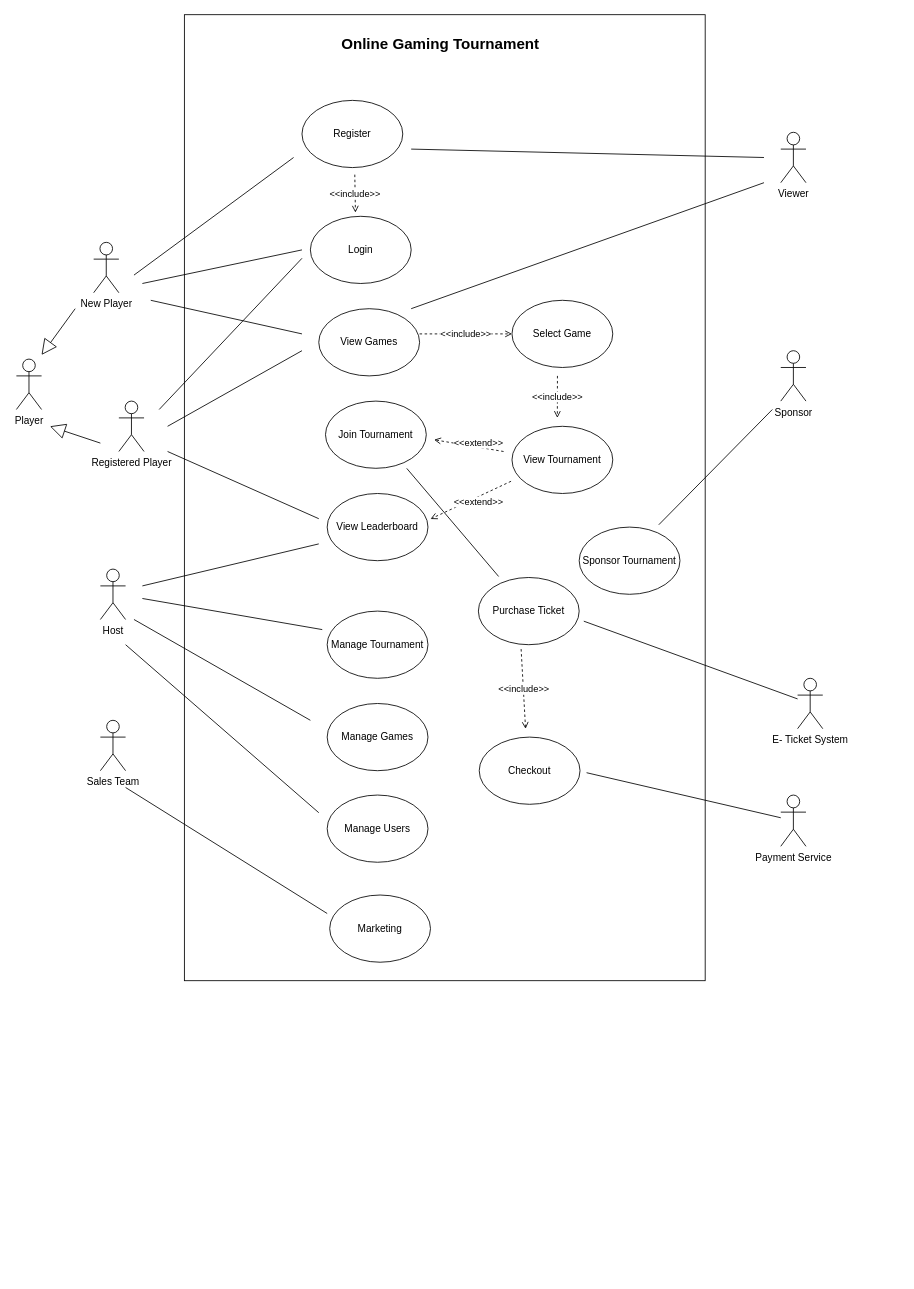
This is GD_CW1.drawio from Tanvi-Ambre/Python, a draw.io file, before an edit. Source tidied: cells renumbered, new cells numbered last; positions are measured from the earlier drawing's top-left corner, leaving out a move shared by most shapes. Both pictures are drawn from the tidied source at 84%, with x=0, y=0 at pixel (16, 14).
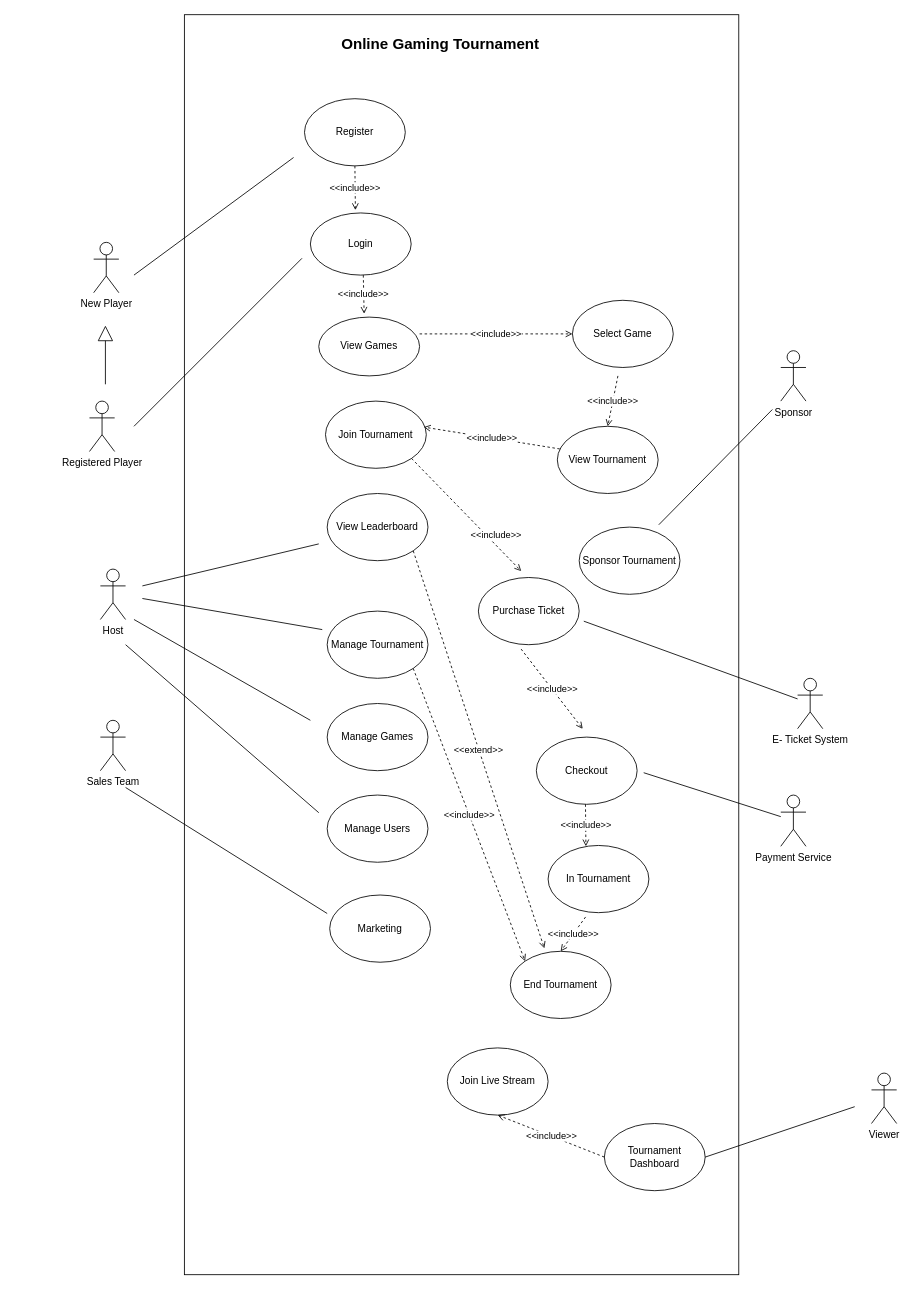
The same page after the edit.

The change refers to these unchanged cells:
```xml
<mxCell id="10" value="Manage Tournament" style="ellipse;whiteSpace=wrap;html=1;strokeWidth=1;" parent="1" vertex="1">
  <mxGeometry x="370" y="710" width="120" height="80" as="geometry" />
</mxCell>
<mxCell id="14" value="View Leaderboard" style="ellipse;whiteSpace=wrap;html=1;strokeWidth=1;" parent="1" vertex="1">
  <mxGeometry x="370" y="570" width="120" height="80" as="geometry" />
</mxCell>
<mxCell id="31" value="Join Tournament" style="ellipse;whiteSpace=wrap;html=1;strokeWidth=1;" parent="1" vertex="1">
  <mxGeometry x="368" y="460" width="120" height="80" as="geometry" />
</mxCell>
<mxCell id="45" value="Purchase Ticket" style="ellipse;whiteSpace=wrap;html=1;strokeWidth=1;" parent="1" vertex="1">
  <mxGeometry x="550" y="670" width="120" height="80" as="geometry" />
</mxCell>
```

Diff of the diagram source:
```diff
@@
     <mxCell id="2" style="rounded=0;whiteSpace=wrap;html=1;" parent="1" vertex="1">
-      <mxGeometry x="200" width="620" height="1150" as="geometry" />
+      <mxGeometry x="200" width="660" height="1500" as="geometry" />
     </mxCell>
-    <mxCell id="3" value="Player" style="shape=umlActor;verticalLabelPosition=bottom;verticalAlign=top;html=1;" parent="1" vertex="1">
-      <mxGeometry y="410" width="30" height="60" as="geometry" />
-    </mxCell>
@@
     <mxCell id="6" value="Register" style="ellipse;whiteSpace=wrap;html=1;strokeWidth=1;" parent="1" vertex="1">
-      <mxGeometry x="340" y="102" width="120" height="80" as="geometry" />
+      <mxGeometry x="343" y="100" width="120" height="80" as="geometry" />
     </mxCell>
     <mxCell id="7" value="Login" style="ellipse;whiteSpace=wrap;html=1;strokeWidth=1;" parent="1" vertex="1">
-      <mxGeometry x="350" y="240" width="120" height="80" as="geometry" />
+      <mxGeometry x="350" y="236" width="120" height="74" as="geometry" />
     </mxCell>
     <mxCell id="8" value="View Games" style="ellipse;whiteSpace=wrap;html=1;strokeWidth=1;" parent="1" vertex="1">
-      <mxGeometry x="360" y="350" width="120" height="80" as="geometry" />
+      <mxGeometry x="360" y="360" width="120" height="70" as="geometry" />
     </mxCell>
     <mxCell id="9" value="View Tournament" style="ellipse;whiteSpace=wrap;html=1;strokeWidth=1;" parent="1" vertex="1">
-      <mxGeometry x="590" y="490" width="120" height="80" as="geometry" />
+      <mxGeometry x="644" y="490" width="120" height="80" as="geometry" />
     </mxCell>
@@
     <mxCell id="15" value="Viewer" style="shape=umlActor;verticalLabelPosition=bottom;verticalAlign=top;html=1;" parent="1" vertex="1">
-      <mxGeometry x="910" y="140" width="30" height="60" as="geometry" />
+      <mxGeometry x="1018" y="1260" width="30" height="60" as="geometry" />
     </mxCell>
     <mxCell id="16" value="Registered Player" style="shape=umlActor;verticalLabelPosition=bottom;verticalAlign=top;html=1;" parent="1" vertex="1">
-      <mxGeometry x="122" y="460" width="30" height="60" as="geometry" />
+      <mxGeometry x="87" y="460" width="30" height="60" as="geometry" />
     </mxCell>
-    <mxCell id="17" style="endArrow=block;endSize=16;endFill=0;html=1;rounded=0;" parent="1" edge="1">
-      <mxGeometry relative="1" as="geometry">
-        <mxPoint x="70" y="350" as="sourcePoint" />
-        <mxPoint x="30" y="405" as="targetPoint" />
-      </mxGeometry>
-    </mxCell>
     <mxCell id="18" style="endArrow=block;endSize=16;endFill=0;html=1;rounded=0;" parent="1" edge="1">
       <mxGeometry relative="1" as="geometry">
-        <mxPoint x="100" y="510" as="sourcePoint" />
-        <mxPoint x="40" y="490" as="targetPoint" />
+        <mxPoint x="106" y="440" as="sourcePoint" />
+        <mxPoint x="106" y="370" as="targetPoint" />
       </mxGeometry>
     </mxCell>
     <mxCell id="19" style="endArrow=none;html=1;rounded=0;" parent="1" edge="1">
       <mxGeometry relative="1" as="geometry">
-        <mxPoint x="170" y="470" as="sourcePoint" />
+        <mxPoint x="140" y="490" as="sourcePoint" />
         <mxPoint x="340" y="290" as="targetPoint" />
       </mxGeometry>
     </mxCell>
-    <mxCell id="20" style="endArrow=none;html=1;rounded=0;" parent="1" edge="1">
-      <mxGeometry relative="1" as="geometry">
-        <mxPoint x="180" y="490" as="sourcePoint" />
-        <mxPoint x="340" y="400" as="targetPoint" />
-      </mxGeometry>
-    </mxCell>
-    <mxCell id="21" style="endArrow=none;html=1;rounded=0;" parent="1" edge="1">
-      <mxGeometry relative="1" as="geometry">
-        <mxPoint x="180" y="520" as="sourcePoint" />
-        <mxPoint x="360" y="600" as="targetPoint" />
-      </mxGeometry>
-    </mxCell>
-    <mxCell id="22" style="endArrow=none;html=1;rounded=0;" parent="1" edge="1">
-      <mxGeometry relative="1" as="geometry">
-        <mxPoint x="470" y="350" as="sourcePoint" />
-        <mxPoint x="890" y="200" as="targetPoint" />
-      </mxGeometry>
-    </mxCell>
@@
     <mxCell id="24" value="Select Game" style="ellipse;whiteSpace=wrap;html=1;strokeWidth=1;" parent="1" vertex="1">
-      <mxGeometry x="590" y="340" width="120" height="80" as="geometry" />
+      <mxGeometry x="662" y="340" width="120" height="80" as="geometry" />
     </mxCell>
-    <mxCell id="25" value="&amp;lt;&amp;lt;include&amp;gt;&amp;gt;" style="endArrow=open;dashed=1;html=1;endFill=0;rounded=0;" parent="1" edge="1">
+    <mxCell id="25" value="&amp;lt;&amp;lt;include&amp;gt;&amp;gt;" style="endArrow=open;dashed=1;html=1;endFill=0;rounded=0;entryX=0;entryY=0.5;entryDx=0;entryDy=0;" parent="1" edge="1" target="24">
       <mxGeometry relative="1" as="geometry">
         <mxPoint x="480" y="380" as="sourcePoint" />
-        <mxPoint x="590" y="380" as="targetPoint" />
       </mxGeometry>
     </mxCell>
@@
-    <mxCell id="30" value="&amp;lt;&amp;lt;include&amp;gt;&amp;gt;" style="endArrow=open;dashed=1;html=1;endFill=0;rounded=0;exitX=0.451;exitY=1.125;exitDx=0;exitDy=0;exitPerimeter=0;" parent="1" edge="1" source="24">
-      <mxGeometry relative="1" as="geometry">
-        <mxPoint x="644" y="480" as="targetPoint" />
-      </mxGeometry>
+    <mxCell id="30" value="&amp;lt;&amp;lt;include&amp;gt;&amp;gt;" style="endArrow=open;dashed=1;html=1;endFill=0;rounded=0;exitX=0.451;exitY=1.125;exitDx=0;exitDy=0;exitPerimeter=0;entryX=0.5;entryY=0;entryDx=0;entryDy=0;" parent="1" edge="1" source="24" target="9">
+      <mxGeometry relative="1" as="geometry" />
     </mxCell>
@@
-    <mxCell id="32" value="&lt;div&gt;&amp;lt;&amp;lt;extend&amp;gt;&amp;gt;&lt;/div&gt;" style="endArrow=open;dashed=1;html=1;endFill=0;rounded=0;entryX=1.077;entryY=0.575;entryDx=0;entryDy=0;entryPerimeter=0;" parent="1" edge="1" target="31">
-      <mxGeometry x="-0.26" y="-5" relative="1" as="geometry">
-        <mxPoint x="580" y="520" as="sourcePoint" />
-      </mxGeometry>
-    </mxCell>
-    <mxCell id="33" value="&lt;div&gt;&amp;lt;&amp;lt;extend&amp;gt;&amp;gt;&lt;/div&gt;" style="endArrow=open;dashed=1;html=1;endFill=0;rounded=0;entryX=1.025;entryY=0.379;entryDx=0;entryDy=0;entryPerimeter=0;exitX=-0.009;exitY=0.818;exitDx=0;exitDy=0;exitPerimeter=0;" parent="1" edge="1" source="9" target="14">
-      <mxGeometry x="-0.14" y="6" relative="1" as="geometry" />
-    </mxCell>
@@
-    <mxCell id="35" style="endArrow=none;html=1;rounded=0;" parent="1" edge="1">
-      <mxGeometry relative="1" as="geometry">
-        <mxPoint x="150" y="320" as="sourcePoint" />
-        <mxPoint x="340" y="280" as="targetPoint" />
-      </mxGeometry>
-    </mxCell>
@@
-    <mxCell id="38" style="endArrow=none;html=1;rounded=0;" parent="1" edge="1">
-      <mxGeometry relative="1" as="geometry">
-        <mxPoint x="470" y="160" as="sourcePoint" />
-        <mxPoint x="890" y="170" as="targetPoint" />
-      </mxGeometry>
-    </mxCell>
-    <mxCell id="39" style="endArrow=none;html=1;rounded=0;" parent="1" edge="1">
-      <mxGeometry relative="1" as="geometry">
-        <mxPoint x="160" y="340" as="sourcePoint" />
-        <mxPoint x="340" y="380" as="targetPoint" />
-      </mxGeometry>
-    </mxCell>
@@
-    <mxCell id="42" style="endArrow=none;html=1;rounded=0;exitX=0.806;exitY=1.001;exitDx=0;exitDy=0;exitPerimeter=0;entryX=0.201;entryY=-0.015;entryDx=0;entryDy=0;entryPerimeter=0;" parent="1" edge="1" source="31" target="45">
-      <mxGeometry relative="1" as="geometry" />
-    </mxCell>
@@
     <mxCell id="46" value="Checkout" style="ellipse;whiteSpace=wrap;html=1;strokeWidth=1;" parent="1" vertex="1">
-      <mxGeometry x="551" y="860" width="120" height="80" as="geometry" />
+      <mxGeometry x="619" y="860" width="120" height="80" as="geometry" />
     </mxCell>
@@
-    <mxCell id="51" value="&amp;lt;&amp;lt;include&amp;gt;&amp;gt;" style="endArrow=open;dashed=1;html=1;endFill=0;rounded=0;exitX=0.524;exitY=1.105;exitDx=0;exitDy=0;exitPerimeter=0;entryX=0.447;entryY=-0.055;entryDx=0;entryDy=0;entryPerimeter=0;" parent="1" edge="1" source="6" target="7">
-      <mxGeometry relative="1" as="geometry" />
+    <mxCell id="51" value="&amp;lt;&amp;lt;include&amp;gt;&amp;gt;" style="endArrow=open;dashed=1;html=1;endFill=0;rounded=0;exitX=0.5;exitY=1;exitDx=0;exitDy=0;entryX=0.447;entryY=-0.055;entryDx=0;entryDy=0;entryPerimeter=0;" parent="1" edge="1" source="6">
+      <mxGeometry relative="1" as="geometry">
+        <mxPoint x="403.6" y="232.6" as="targetPoint" />
+      </mxGeometry>
     </mxCell>
+    <mxCell id="42" value="&amp;lt;&amp;lt;include&amp;gt;&amp;gt;" style="endArrow=open;dashed=1;html=1;endFill=0;rounded=0;exitX=1;exitY=1;exitDx=0;exitDy=0;entryX=0.425;entryY=-0.095;entryDx=0;entryDy=0;entryPerimeter=0;" parent="1" edge="1" source="31" target="45">
+      <mxGeometry x="0.44" y="7" relative="1" as="geometry">
+        <mxPoint x="1" as="offset" />
+      </mxGeometry>
+    </mxCell>
+    <mxCell id="52" value="&amp;lt;&amp;lt;include&amp;gt;&amp;gt;" style="endArrow=open;dashed=1;html=1;endFill=0;rounded=0;exitX=0.524;exitY=1.105;exitDx=0;exitDy=0;exitPerimeter=0;entryX=0.447;entryY=-0.055;entryDx=0;entryDy=0;entryPerimeter=0;" parent="1" edge="1">
+      <mxGeometry relative="1" as="geometry">
+        <mxPoint x="413" y="310" as="sourcePoint" />
+        <mxPoint x="414" y="356" as="targetPoint" />
+      </mxGeometry>
+    </mxCell>
+    <mxCell id="53" value="&amp;lt;&amp;lt;include&amp;gt;&amp;gt;" style="endArrow=open;dashed=1;html=1;endFill=0;rounded=0;entryX=0.975;entryY=0.387;entryDx=0;entryDy=0;entryPerimeter=0;exitX=0.025;exitY=0.337;exitDx=0;exitDy=0;exitPerimeter=0;" parent="1" edge="1" source="9" target="31">
+      <mxGeometry relative="1" as="geometry" />
+    </mxCell>
+    <mxCell id="54" value="In Tournament" style="ellipse;whiteSpace=wrap;html=1;strokeWidth=1;" parent="1" vertex="1">
+      <mxGeometry x="633" y="989" width="120" height="80" as="geometry" />
+    </mxCell>
+    <mxCell id="55" value="&amp;lt;&amp;lt;include&amp;gt;&amp;gt;" style="endArrow=open;dashed=1;html=1;endFill=0;rounded=0;exitX=0.424;exitY=1.065;exitDx=0;exitDy=0;exitPerimeter=0;" parent="1" edge="1">
+      <mxGeometry relative="1" as="geometry">
+        <mxPoint x="677.5" y="940" as="sourcePoint" />
+        <mxPoint x="678" y="990" as="targetPoint" />
+      </mxGeometry>
+    </mxCell>
+    <mxCell id="56" value="End Tournament" style="ellipse;whiteSpace=wrap;html=1;strokeWidth=1;" parent="1" vertex="1">
+      <mxGeometry x="588" y="1115" width="120" height="80" as="geometry" />
+    </mxCell>
+    <mxCell id="57" value="&amp;lt;&amp;lt;include&amp;gt;&amp;gt;" style="endArrow=open;dashed=1;html=1;endFill=0;rounded=0;entryX=0;entryY=0;entryDx=0;entryDy=0;exitX=1;exitY=1;exitDx=0;exitDy=0;" parent="1" edge="1" source="10" target="56">
+      <mxGeometry relative="1" as="geometry" />
+    </mxCell>
+    <mxCell id="58" value="&lt;div&gt;&amp;lt;&amp;lt;extend&amp;gt;&amp;gt;&lt;/div&gt;" style="endArrow=open;dashed=1;html=1;endFill=0;rounded=0;entryX=0.338;entryY=-0.044;entryDx=0;entryDy=0;entryPerimeter=0;exitX=1;exitY=1;exitDx=0;exitDy=0;" parent="1" edge="1" source="14" target="56">
+      <mxGeometry relative="1" as="geometry" />
+    </mxCell>
+    <mxCell id="59" value="Tournament Dashboard" style="ellipse;whiteSpace=wrap;html=1;strokeWidth=1;" parent="1" vertex="1">
+      <mxGeometry x="700" y="1320" width="120" height="80" as="geometry" />
+    </mxCell>
+    <mxCell id="60" style="endArrow=none;html=1;rounded=0;exitX=1;exitY=0.5;exitDx=0;exitDy=0;" parent="1" edge="1" source="59">
+      <mxGeometry relative="1" as="geometry">
+        <mxPoint x="998" y="1300" as="targetPoint" />
+      </mxGeometry>
+    </mxCell>
+    <mxCell id="61" value="Join Live Stream" style="ellipse;whiteSpace=wrap;html=1;strokeWidth=1;" parent="1" vertex="1">
+      <mxGeometry x="513" y="1230" width="120" height="80" as="geometry" />
+    </mxCell>
+    <mxCell id="62" value="&amp;lt;&amp;lt;include&amp;gt;&amp;gt;" style="endArrow=open;dashed=1;html=1;endFill=0;rounded=0;exitX=0;exitY=0.5;exitDx=0;exitDy=0;entryX=0.5;entryY=1;entryDx=0;entryDy=0;" parent="1" edge="1" source="59" target="61">
+      <mxGeometry relative="1" as="geometry" />
+    </mxCell>
+    <mxCell id="63" value="&amp;lt;&amp;lt;include&amp;gt;&amp;gt;" style="endArrow=open;dashed=1;html=1;endFill=0;rounded=0;exitX=0.372;exitY=1.064;exitDx=0;exitDy=0;exitPerimeter=0;entryX=0.5;entryY=0;entryDx=0;entryDy=0;" parent="1" edge="1" source="54" target="56">
+      <mxGeometry relative="1" as="geometry" />
+    </mxCell>
```
